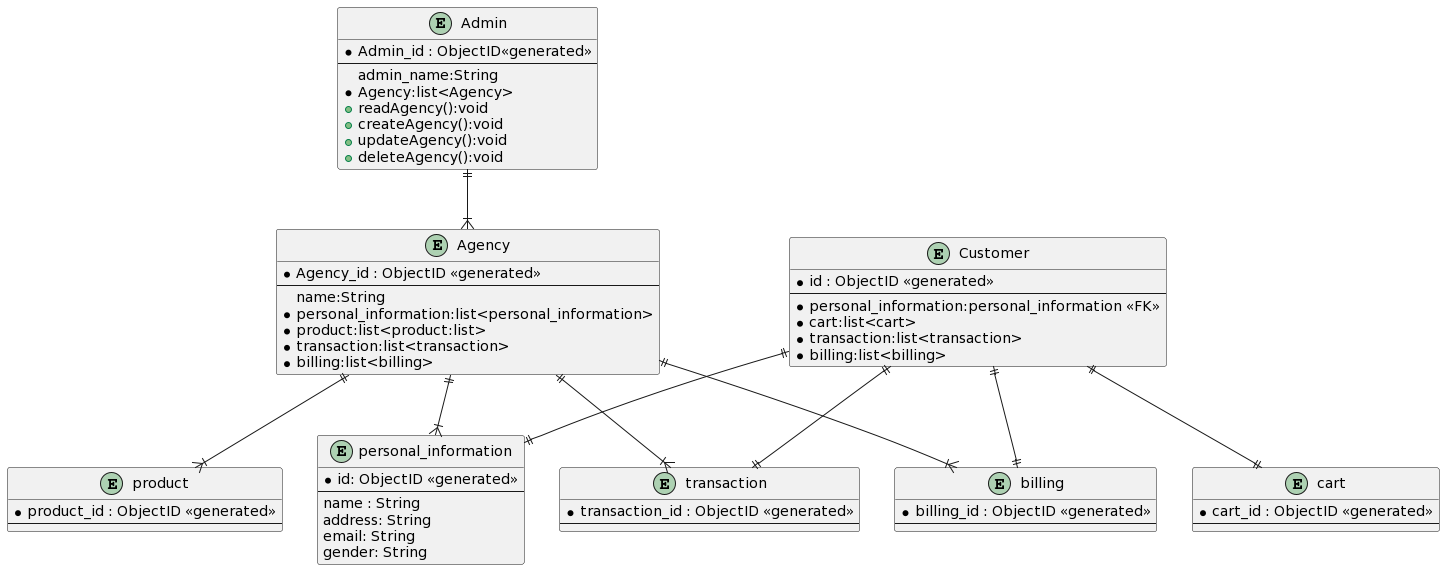
Above: Section1/ERD_Section1.png in arcatuka/UDT_test (PlantUML), before the change.
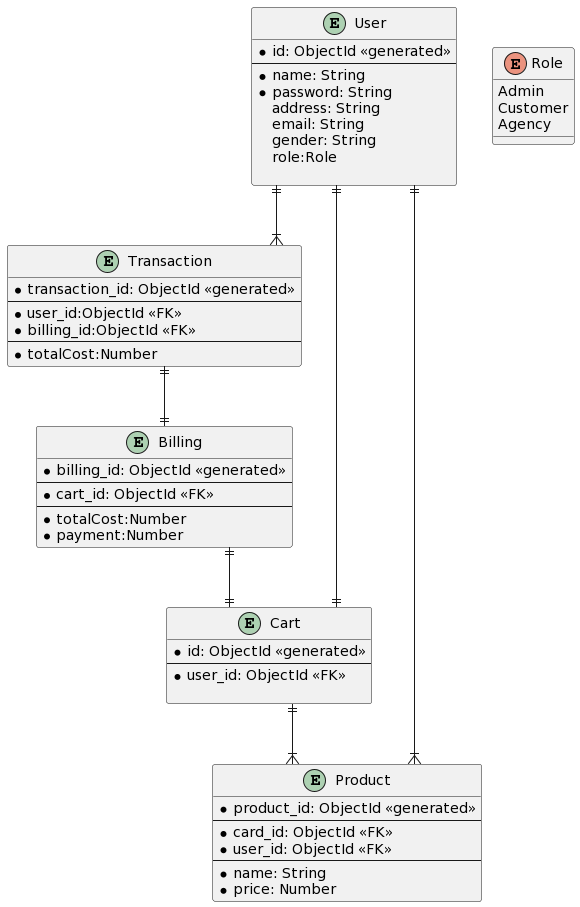
After the change.

The edit, as a diff of the source:
```diff
@@ -1,72 +1,65 @@
 @startuml
-entity "Customer" as e01 {
-  *id : ObjectID <<generated>>
-  --
-  *personal_information:personal_information <<FK>>
-  *cart:list<cart>
-  *transaction:list<transaction>
-  *billing:list<billing>
+skinparam linetype ortho
+
+entity User {
+    *id: ObjectId <<generated>>
+    --
+    *name: String
+    *password: String
+    address: String
+    email: String
+    gender: String
+    role:Role
+
 }
 
-entity "personal_information" as e02 {
-  *id: ObjectID <<generated>>
-  --
-  name : String
-  address: String
-  email: String
-  gender: String
+enum Role {
+    Admin
+    Customer
+    Agency
 }
 
-entity "cart" as e03 {
-  *cart_id : ObjectID <<generated>>
-  --
+
+entity Transaction {
+    *transaction_id: ObjectId <<generated>>
+    --
+    *user_id:ObjectId <<FK>>
+    *billing_id:ObjectId <<FK>>
+    --
+    *totalCost:Number
 }
 
-entity "transaction" as e04 {
-  *transaction_id : ObjectID <<generated>>
-  --
+entity Product {
+    *product_id: ObjectId <<generated>>
+    --
+    *card_id: ObjectId <<FK>>
+    *user_id: ObjectId <<FK>>
+    --
+    *name: String
+    *price: Number
+}
+entity Cart {
+    *id: ObjectId <<generated>>
+    --
+    *user_id: ObjectId <<FK>>
+
 }
 
-entity "billing" as e05 {
-  *billing_id : ObjectID <<generated>>
-  --
+entity Billing{
+    *billing_id: ObjectId <<generated>>
+    --
+    *cart_id: ObjectId <<FK>>
+    --
+    *totalCost:Number
+    *payment:Number
 }
 
-entity "product" as e07 {
-  *product_id : ObjectID <<generated>>
-  --
-}
 
-entity "Agency" as e06 {
-  *Agency_id : ObjectID <<generated>>
-  --
-  name:String
-  *personal_information:list<personal_information>
-  *product:list<product:list>
-  *transaction:list<transaction>
-  *billing:list<billing>
-}
+User ||--|{ Transaction
+Transaction ||--|| Billing
+Billing||--|| Cart
 
-entity "Admin" as e08 {
-  *Admin_id : ObjectID<<generated>>
-  --
-  admin_name:String
-  *Agency:list<Agency>
-  +readAgency():void
-  +createAgency():void
-  +updateAgency():void
-  +deleteAgency():void
-}
-
-e01 ||--|| e02
-e01 ||--|| e03
-e01 ||--|| e04
-e01 ||--|| e05
-
-e06 ||--|{ e02
-e06 ||--|{ e04
-e06 ||--|{ e05
-e06 ||--|{ e07
-
-e08 ||--|{ e06
+User ||--|| Cart
+Cart ||--|{ Product
+User ||--|{ Product
 @enduml
```
